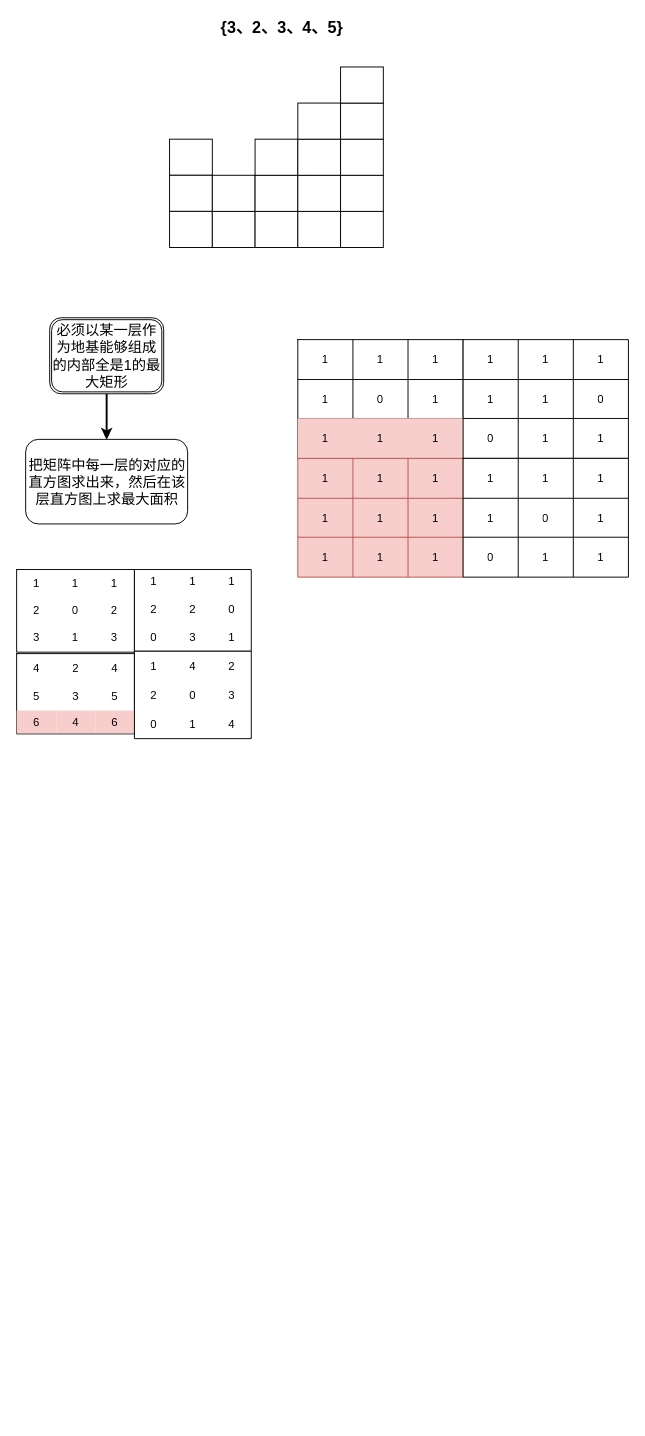
This is 单调栈.drawio from xiaochen8848/algorithm_practice, a draw.io file, before an edit. Source tidied: cells renumbered, new cells numbered last; positions are measured from the earlier drawing's top-left corner, leaving out a move shared by most shapes. Both pictures are drawn from the tidied source at 95%, with x=0, y=0 at pixel (16, 16).
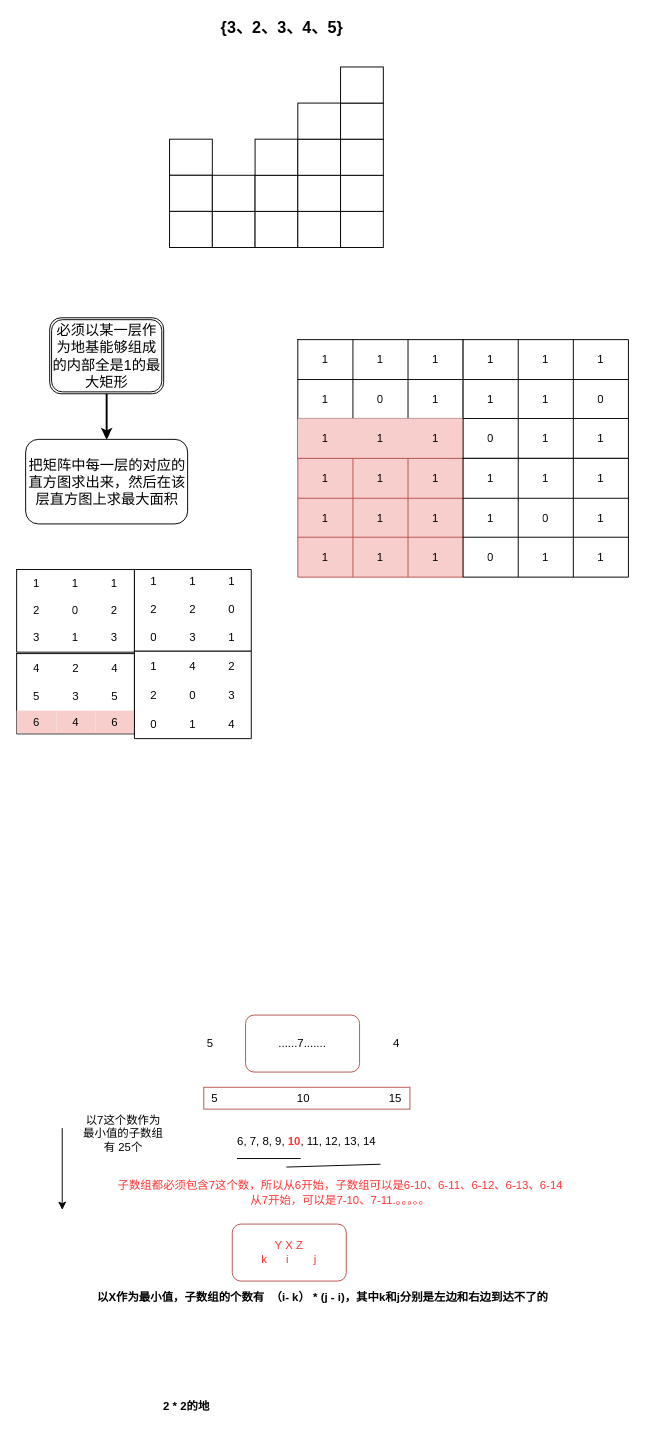
Above is the later version.

Commit message:
更新单调栈.drawio

What changed in the source:
```diff
@@
+    <mxCell id="131" value="......7......." style="rounded=1;whiteSpace=wrap;html=1;sketch=0;strokeColor=#B85450;" parent="1" vertex="1">
+      <mxGeometry x="241" y="1051" width="120" height="60" as="geometry" />
+    </mxCell>
+    <mxCell id="132" value="5" style="text;html=1;strokeColor=none;fillColor=none;align=center;verticalAlign=middle;whiteSpace=wrap;rounded=0;sketch=0;" parent="1" vertex="1">
+      <mxGeometry x="174" y="1066" width="60" height="30" as="geometry" />
+    </mxCell>
+    <mxCell id="133" value="4" style="text;html=1;strokeColor=none;fillColor=none;align=center;verticalAlign=middle;whiteSpace=wrap;rounded=0;sketch=0;" parent="1" vertex="1">
+      <mxGeometry x="370" y="1066" width="60" height="30" as="geometry" />
+    </mxCell>
+    <mxCell id="134" value="5&amp;nbsp; &amp;nbsp; &amp;nbsp; &amp;nbsp; &amp;nbsp; &amp;nbsp; &amp;nbsp; &amp;nbsp; &amp;nbsp; &amp;nbsp; &amp;nbsp; &amp;nbsp; &amp;nbsp;10&amp;nbsp; &amp;nbsp; &amp;nbsp; &amp;nbsp; &amp;nbsp; &amp;nbsp; &amp;nbsp; &amp;nbsp; &amp;nbsp; &amp;nbsp; &amp;nbsp; &amp;nbsp; &amp;nbsp;15" style="rounded=0;whiteSpace=wrap;html=1;sketch=0;strokeColor=#B85450;" parent="1" vertex="1">
+      <mxGeometry x="197" y="1127" width="217" height="23" as="geometry" />
+    </mxCell>
+    <mxCell id="135" value="6, 7, 8, 9, &lt;b&gt;&lt;font color=&quot;#ff3333&quot;&gt;10&lt;/font&gt;&lt;/b&gt;, 11, 12, 13, 14" style="text;html=1;strokeColor=none;fillColor=none;align=center;verticalAlign=middle;whiteSpace=wrap;rounded=0;sketch=0;" parent="1" vertex="1">
+      <mxGeometry x="169" y="1170" width="273" height="28" as="geometry" />
+    </mxCell>
+    <mxCell id="136" value="以7这个数作为最小值的子数组有 25个" style="text;html=1;strokeColor=none;fillColor=none;align=center;verticalAlign=middle;whiteSpace=wrap;rounded=0;sketch=0;" parent="1" vertex="1">
+      <mxGeometry x="67" y="1153" width="91" height="45" as="geometry" />
+    </mxCell>
+    <mxCell id="137" style="endArrow=none;html=1;rounded=1;sketch=0;curved=0;" parent="1" edge="1">
+      <mxGeometry relative="1" as="geometry">
+        <mxPoint x="232" y="1202" as="sourcePoint" />
+        <mxPoint x="299" y="1202" as="targetPoint" />
+      </mxGeometry>
+    </mxCell>
+    <mxCell id="138" style="endArrow=none;html=1;rounded=1;sketch=0;fontColor=#FF3333;curved=0;" parent="1" edge="1">
+      <mxGeometry relative="1" as="geometry">
+        <mxPoint x="284" y="1211" as="sourcePoint" />
+        <mxPoint x="383" y="1208" as="targetPoint" />
+      </mxGeometry>
+    </mxCell>
+    <mxCell id="139" value="子数组都必须包含7这个数，所以从6开始，子数组可以是6-10、6-11、6-12、6-13、6-14&lt;br&gt;从7开始，可以是7-10、7-11.。。。。。" style="text;html=1;strokeColor=none;fillColor=none;align=center;verticalAlign=middle;whiteSpace=wrap;rounded=0;sketch=0;fontColor=#FF3333;" parent="1" vertex="1">
+      <mxGeometry x="67" y="1218" width="548.2" height="40" as="geometry" />
+    </mxCell>
+    <mxCell id="140" style="endArrow=classic;html=1;rounded=1;sketch=0;fontColor=#FF3333;curved=0;" parent="1" edge="1">
+      <mxGeometry relative="1" as="geometry">
+        <mxPoint x="48" y="1170" as="sourcePoint" />
+        <mxPoint x="48" y="1256" as="targetPoint" />
+      </mxGeometry>
+    </mxCell>
+    <mxCell id="141" value="Y&lt;span style=&quot;white-space: pre&quot;&gt; &lt;/span&gt;X&lt;span style=&quot;white-space: pre&quot;&gt; &lt;/span&gt;Z&lt;br&gt;k&amp;nbsp; &amp;nbsp; &amp;nbsp; i&amp;nbsp; &amp;nbsp; &amp;nbsp; &amp;nbsp; j" style="rounded=1;whiteSpace=wrap;html=1;sketch=0;fontColor=#FF3333;strokeColor=#B85450;" parent="1" vertex="1">
+      <mxGeometry x="227" y="1271" width="120" height="60" as="geometry" />
+    </mxCell>
+    <mxCell id="142" value="&lt;font color=&quot;#000000&quot;&gt;&lt;b&gt;以X作为最小值，子数组的个数有&amp;nbsp; （i- k） * (j - i)，其中k和j分别是左边和右边到达不了的&lt;/b&gt;&lt;/font&gt;" style="text;html=1;strokeColor=none;fillColor=none;align=center;verticalAlign=middle;whiteSpace=wrap;rounded=0;sketch=0;fontColor=#FF3333;" parent="1" vertex="1">
+      <mxGeometry x="72.5" y="1331" width="499" height="35" as="geometry" />
+    </mxCell>
+    <mxCell id="143" value="2 * 2的地" style="text;html=1;strokeColor=none;fillColor=none;align=center;verticalAlign=middle;whiteSpace=wrap;rounded=0;sketch=0;fontColor=#000000;fontStyle=1;" parent="1" vertex="1">
+      <mxGeometry x="149" y="1448" width="60" height="30" as="geometry" />
+    </mxCell>
```
